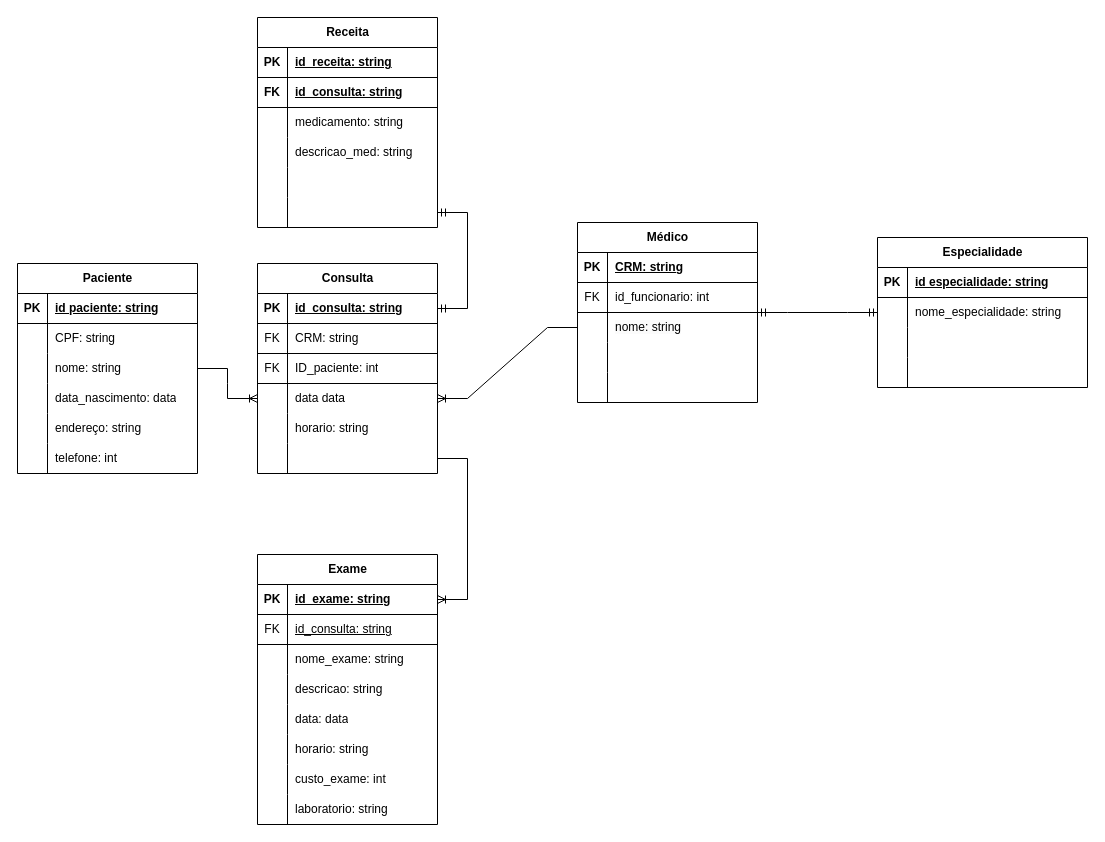
This is Modelo Relacional/Modelo Lógico Final.drawio from rafasilva9537/projeto_Hospital_BD, a draw.io file, before an edit. Source tidied: cells renumbered, new cells numbered last; positions are measured from the earlier drawing's top-left corner, leaving out a move shared by most shapes. Both pictures are drawn from the tidied source at 100%, with x=0, y=0 at pixel (17, 17).
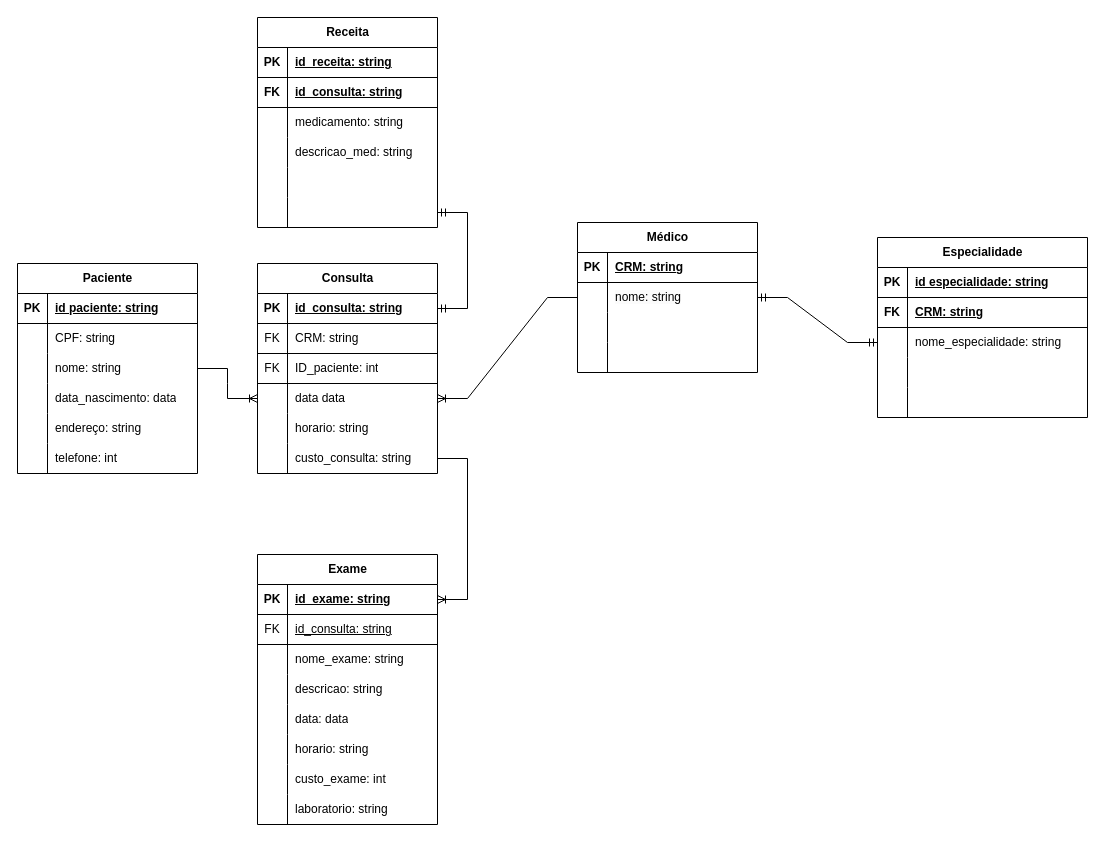
After the change.

The change refers to these unchanged cells:
```xml
<mxCell id="18" style="shape=tableRow;horizontal=0;startSize=0;swimlaneHead=0;swimlaneBody=0;fillColor=none;points=[[0,0.5],[1,0.5]];portConstraint=eastwest;top=0;left=0;right=0;bottom=0;" parent="2" vertex="1">
  <mxGeometry y="180" width="180" height="30" as="geometry" />
</mxCell>
```

Change to the diagram source:
```diff
@@
-    <mxCell id="20" style="shape=partialRectangle;fillColor=none;top=0;left=0;bottom=0;right=0;align=left;spacingLeft=6;overflow=hidden;whiteSpace=wrap;html=1;" parent="18" vertex="1">
+    <mxCell id="20" value="custo_consulta: string" style="shape=partialRectangle;fillColor=none;top=0;left=0;bottom=0;right=0;align=left;spacingLeft=6;overflow=hidden;whiteSpace=wrap;html=1;" parent="18" vertex="1">
       <mxGeometry x="30" width="150" height="30" as="geometry" />
     </mxCell>
     <mxCell id="21" value="Médico" style="shape=table;startSize=30;childLayout=tableLayout;rowLines=0;fontStyle=1;align=center;html=1;" parent="1" vertex="1">
-      <mxGeometry x="560" y="205" width="180" height="180" as="geometry" />
+      <mxGeometry x="560" y="205" width="180" height="150" as="geometry" />
     </mxCell>
@@
-    <mxCell id="25" style="shape=tableRow;horizontal=0;startSize=0;swimlaneHead=0;swimlaneBody=0;fillColor=none;top=0;left=0;right=0;bottom=1;" parent="21" vertex="1">
-      <mxGeometry y="60" width="180" height="30" as="geometry" />
-    </mxCell>
-    <mxCell id="26" value="FK" style="shape=partialRectangle;fillColor=none;top=0;left=0;bottom=0;right=0;fontStyle=0;overflow=hidden;whiteSpace=wrap;html=1;" parent="25" vertex="1">
-      <mxGeometry width="30" height="30" as="geometry" />
-    </mxCell>
-    <mxCell id="27" value="id_funcionario: int" style="shape=partialRectangle;fillColor=none;top=0;left=0;bottom=0;right=0;align=left;spacingLeft=6;fontStyle=0;overflow=hidden;whiteSpace=wrap;html=1;" parent="25" vertex="1">
-      <mxGeometry x="30" width="150" height="30" as="geometry" />
-    </mxCell>
     <mxCell id="28" style="shape=tableRow;horizontal=0;startSize=0;swimlaneHead=0;swimlaneBody=0;fillColor=none;points=[[0,0.5],[1,0.5]];portConstraint=eastwest;top=0;left=0;right=0;bottom=0;" parent="21" vertex="1">
-      <mxGeometry y="90" width="180" height="30" as="geometry" />
+      <mxGeometry y="60" width="180" height="30" as="geometry" />
     </mxCell>
@@
     <mxCell id="31" style="shape=tableRow;horizontal=0;startSize=0;swimlaneHead=0;swimlaneBody=0;fillColor=none;top=0;left=0;right=0;bottom=0;" parent="21" vertex="1">
-      <mxGeometry y="120" width="180" height="30" as="geometry" />
+      <mxGeometry y="90" width="180" height="30" as="geometry" />
     </mxCell>
@@
     <mxCell id="34" style="shape=tableRow;horizontal=0;startSize=0;swimlaneHead=0;swimlaneBody=0;fillColor=none;top=0;left=0;right=0;bottom=0;" parent="21" vertex="1">
-      <mxGeometry y="150" width="180" height="30" as="geometry" />
+      <mxGeometry y="120" width="180" height="30" as="geometry" />
     </mxCell>
@@
     <mxCell id="59" value="Especialidade" style="shape=table;startSize=30;childLayout=tableLayout;rowLines=0;fontStyle=1;align=center;html=1;" parent="1" vertex="1">
-      <mxGeometry x="860" y="220" width="210" height="150" as="geometry" />
+      <mxGeometry x="860" y="220" width="210" height="180" as="geometry" />
     </mxCell>
@@
+    <mxCell id="118" style="shape=tableRow;horizontal=0;startSize=0;swimlaneHead=0;swimlaneBody=0;fillColor=none;top=0;left=0;right=0;bottom=1;" parent="59" vertex="1">
+      <mxGeometry y="60" width="210" height="30" as="geometry" />
+    </mxCell>
+    <mxCell id="26" value="FK" style="shape=partialRectangle;fillColor=none;top=0;left=0;bottom=0;right=0;fontStyle=1;overflow=hidden;whiteSpace=wrap;html=1;" parent="118" vertex="1">
+      <mxGeometry width="30" height="30" as="geometry" />
+    </mxCell>
+    <mxCell id="119" value="CRM: string" style="shape=partialRectangle;fillColor=none;top=0;left=0;bottom=0;right=0;align=left;spacingLeft=6;fontStyle=5;overflow=hidden;whiteSpace=wrap;html=1;" parent="118" vertex="1">
+      <mxGeometry x="30" width="180" height="30" as="geometry" />
+    </mxCell>
     <mxCell id="63" style="shape=tableRow;horizontal=0;startSize=0;swimlaneHead=0;swimlaneBody=0;fillColor=none;points=[[0,0.5],[1,0.5]];portConstraint=eastwest;top=0;left=0;right=0;bottom=0;" parent="59" vertex="1">
-      <mxGeometry y="60" width="210" height="30" as="geometry" />
+      <mxGeometry y="90" width="210" height="30" as="geometry" />
     </mxCell>
@@
     <mxCell id="66" style="shape=tableRow;horizontal=0;startSize=0;swimlaneHead=0;swimlaneBody=0;fillColor=none;top=0;left=0;right=0;bottom=0;" parent="59" vertex="1">
-      <mxGeometry y="90" width="210" height="30" as="geometry" />
+      <mxGeometry y="120" width="210" height="30" as="geometry" />
     </mxCell>
@@
     <mxCell id="69" style="shape=tableRow;horizontal=0;startSize=0;swimlaneHead=0;swimlaneBody=0;fillColor=none;top=0;left=0;right=0;bottom=0;" parent="59" vertex="1">
-      <mxGeometry y="120" width="210" height="30" as="geometry" />
+      <mxGeometry y="150" width="210" height="30" as="geometry" />
     </mxCell>
```
